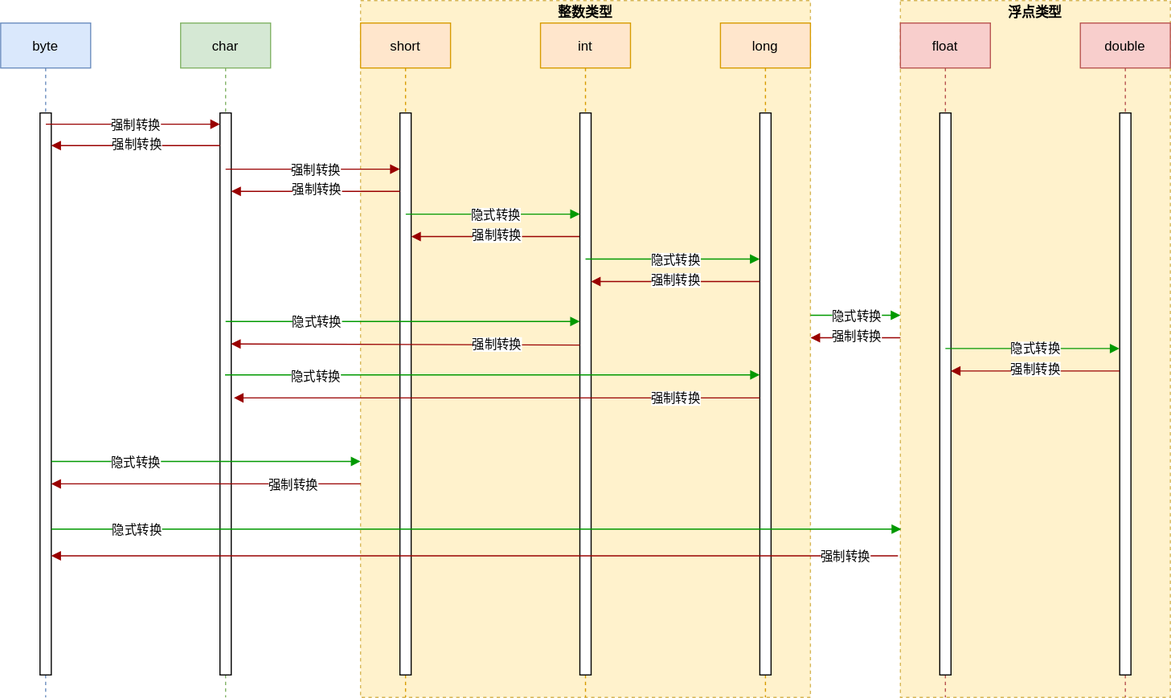
The draw.io diagram Java/Java基础/Java基础知识/数值类型转换.drawio.svg in Developer-Tang/Knowledge-Notes, before a commit. Source tidied: cells renumbered, new cells last; positions are measured from the earlier drawing's top-left corner, leaving out a move shared by most shapes.
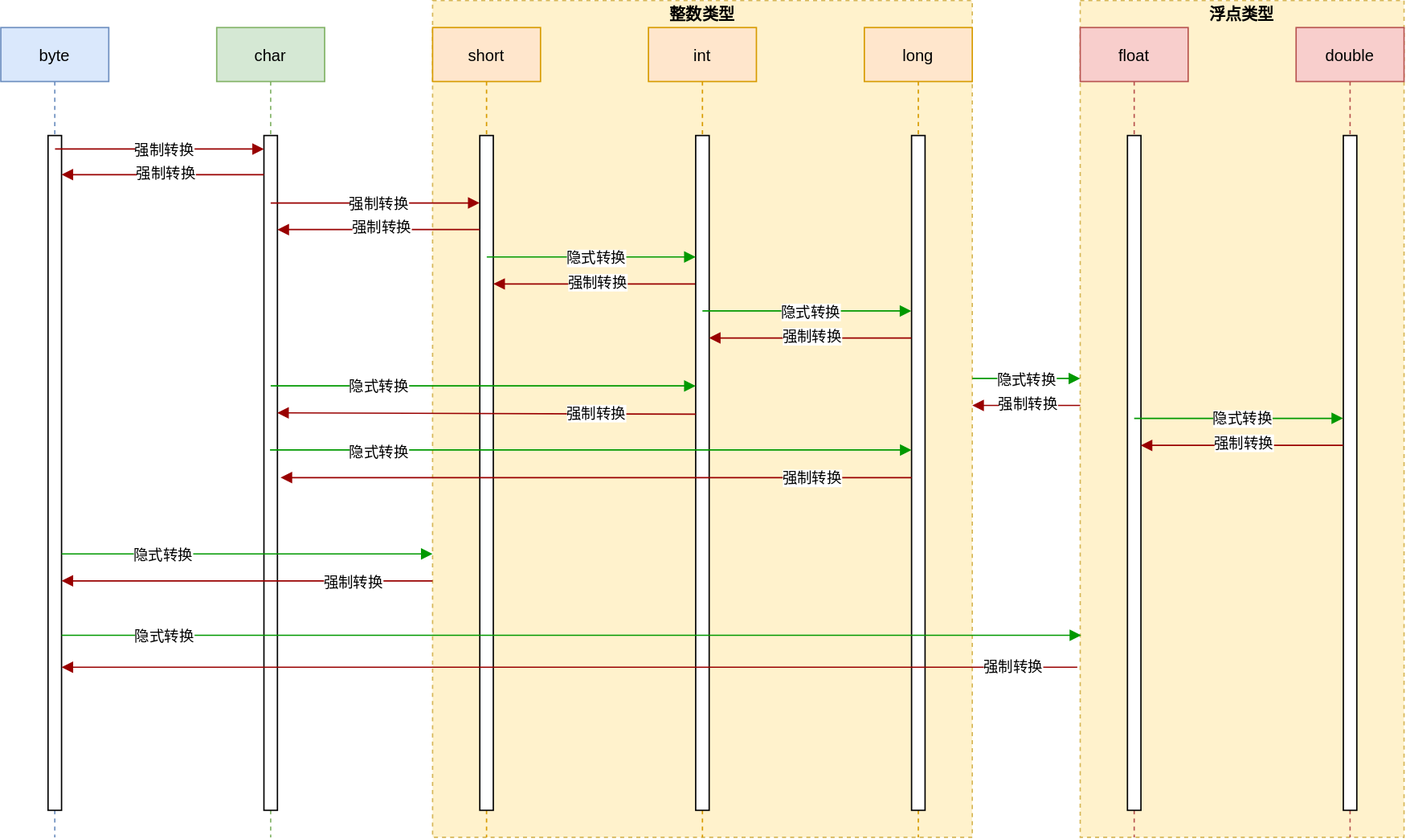
After the commit.

What changed in the source:
```diff
@@ -13,3 +13,3 @@
     </mxCell>
-    <mxCell id="5" style="points=[];perimeter=orthogonalPerimeter;rounded=0;shadow=0;strokeWidth=1;" parent="4" vertex="1">
+    <mxCell id="5" style="points=[];perimeter=orthogonalPerimeter;rounded=0;shadow=0;strokeWidth=1;labelBackgroundColor=default;" parent="4" vertex="1">
       <mxGeometry x="35" y="80" width="10" height="500" as="geometry" />
@@ -19,6 +19,6 @@
     </mxCell>
-    <mxCell id="7" style="perimeter=orthogonalPerimeter;rounded=0;shadow=0;strokeWidth=1;" parent="6" vertex="1">
+    <mxCell id="7" style="perimeter=orthogonalPerimeter;rounded=0;shadow=0;strokeWidth=1;labelBackgroundColor=default;" parent="6" vertex="1">
       <mxGeometry x="35" y="80" width="10" height="500" as="geometry" />
     </mxCell>
-    <mxCell id="8" style="verticalAlign=bottom;endArrow=block;shadow=0;strokeWidth=1;strokeColor=#009900;entryX=-0.002;entryY=0.419;entryDx=0;entryDy=0;entryPerimeter=0;" parent="6" edge="1" source="5">
+    <mxCell id="8" style="verticalAlign=bottom;endArrow=block;shadow=0;strokeWidth=1;strokeColor=#009900;entryX=-0.002;entryY=0.419;entryDx=0;entryDy=0;entryPerimeter=0;labelBackgroundColor=default;" parent="6" edge="1" source="5">
       <mxGeometry relative="1" as="geometry">
@@ -27,3 +27,3 @@
     </mxCell>
-    <mxCell id="9" value="隐式转换" style="edgeLabel;html=1;align=center;verticalAlign=middle;" parent="8" vertex="1">
+    <mxCell id="9" value="隐式转换" style="edgeLabel;html=1;align=center;verticalAlign=middle;labelBackgroundColor=default;" parent="8" vertex="1">
       <mxGeometry x="0.33" y="-1" relative="1" as="geometry">
@@ -32,3 +32,3 @@
     </mxCell>
-    <mxCell id="10" style="verticalAlign=bottom;endArrow=block;shadow=0;strokeWidth=1;strokeColor=#990000;" parent="1" edge="1">
+    <mxCell id="10" style="verticalAlign=bottom;endArrow=block;shadow=0;strokeWidth=1;strokeColor=#990000;labelBackgroundColor=default;" parent="1" edge="1">
       <mxGeometry relative="1" as="geometry">
@@ -38,3 +38,3 @@
     </mxCell>
-    <mxCell id="11" value="强制转换" style="edgeLabel;html=1;align=center;verticalAlign=middle;" parent="10" vertex="1">
+    <mxCell id="11" value="强制转换" style="edgeLabel;html=1;align=center;verticalAlign=middle;labelBackgroundColor=default;" parent="10" vertex="1">
       <mxGeometry x="0.33" y="-1" relative="1" as="geometry">
@@ -46,6 +46,6 @@
     </mxCell>
-    <mxCell id="13" style="perimeter=orthogonalPerimeter;rounded=0;shadow=0;strokeWidth=1;" parent="12" vertex="1">
+    <mxCell id="13" style="perimeter=orthogonalPerimeter;rounded=0;shadow=0;strokeWidth=1;labelBackgroundColor=default;" parent="12" vertex="1">
       <mxGeometry x="35" y="80" width="10" height="500" as="geometry" />
     </mxCell>
-    <mxCell id="14" style="verticalAlign=bottom;endArrow=block;shadow=0;strokeWidth=1;strokeColor=#990000;" parent="12" edge="1">
+    <mxCell id="14" style="verticalAlign=bottom;endArrow=block;shadow=0;strokeWidth=1;strokeColor=#990000;labelBackgroundColor=default;" parent="12" edge="1">
       <mxGeometry relative="1" as="geometry">
@@ -55,3 +55,3 @@
     </mxCell>
-    <mxCell id="15" value="强制转换" style="edgeLabel;html=1;align=center;verticalAlign=middle;" parent="14" vertex="1">
+    <mxCell id="15" value="强制转换" style="edgeLabel;html=1;align=center;verticalAlign=middle;labelBackgroundColor=default;" parent="14" vertex="1">
       <mxGeometry x="0.33" y="-1" relative="1" as="geometry">
@@ -60,3 +60,3 @@
     </mxCell>
-    <mxCell id="16" style="verticalAlign=bottom;endArrow=block;shadow=0;strokeWidth=1;strokeColor=#990000;" parent="12" edge="1">
+    <mxCell id="16" style="verticalAlign=bottom;endArrow=block;shadow=0;strokeWidth=1;strokeColor=#990000;labelBackgroundColor=default;" parent="12" edge="1">
       <mxGeometry relative="1" as="geometry">
@@ -66,3 +66,3 @@
     </mxCell>
-    <mxCell id="17" value="强制转换" style="edgeLabel;html=1;align=center;verticalAlign=middle;" parent="16" vertex="1">
+    <mxCell id="17" value="强制转换" style="edgeLabel;html=1;align=center;verticalAlign=middle;labelBackgroundColor=default;" parent="16" vertex="1">
       <mxGeometry x="0.33" y="-1" relative="1" as="geometry">
@@ -74,6 +74,6 @@
     </mxCell>
-    <mxCell id="19" style="perimeter=orthogonalPerimeter;rounded=0;shadow=0;strokeWidth=1;" parent="18" vertex="1">
+    <mxCell id="19" style="perimeter=orthogonalPerimeter;rounded=0;shadow=0;strokeWidth=1;labelBackgroundColor=default;" parent="18" vertex="1">
       <mxGeometry x="35" y="80" width="10" height="500" as="geometry" />
     </mxCell>
-    <mxCell id="20" style="verticalAlign=bottom;endArrow=block;shadow=0;strokeWidth=1;strokeColor=#009900;" parent="18" edge="1">
+    <mxCell id="20" style="verticalAlign=bottom;endArrow=block;shadow=0;strokeWidth=1;strokeColor=#009900;labelBackgroundColor=default;" parent="18" edge="1">
       <mxGeometry relative="1" as="geometry">
@@ -91,3 +91,3 @@
     </mxCell>
-    <mxCell id="23" style="perimeter=orthogonalPerimeter;rounded=0;shadow=0;strokeWidth=1;" parent="22" vertex="1">
+    <mxCell id="23" style="perimeter=orthogonalPerimeter;rounded=0;shadow=0;strokeWidth=1;labelBackgroundColor=default;" parent="22" vertex="1">
       <mxGeometry x="35" y="80" width="10" height="500" as="geometry" />
@@ -97,3 +97,3 @@
     </mxCell>
-    <mxCell id="25" style="perimeter=orthogonalPerimeter;rounded=0;shadow=0;strokeWidth=1;" parent="24" vertex="1">
+    <mxCell id="25" style="perimeter=orthogonalPerimeter;rounded=0;shadow=0;strokeWidth=1;labelBackgroundColor=default;" parent="24" vertex="1">
       <mxGeometry x="35" y="80" width="10" height="500" as="geometry" />
@@ -103,6 +103,6 @@
     </mxCell>
-    <mxCell id="27" style="perimeter=orthogonalPerimeter;rounded=0;shadow=0;strokeWidth=1;" parent="26" vertex="1">
+    <mxCell id="27" style="perimeter=orthogonalPerimeter;rounded=0;shadow=0;strokeWidth=1;labelBackgroundColor=default;" parent="26" vertex="1">
       <mxGeometry x="35" y="80" width="10" height="500" as="geometry" />
     </mxCell>
-    <mxCell id="28" style="verticalAlign=bottom;endArrow=block;shadow=0;strokeWidth=1;strokeColor=#990000;" parent="1" edge="1">
+    <mxCell id="28" style="verticalAlign=bottom;endArrow=block;shadow=0;strokeWidth=1;strokeColor=#990000;labelBackgroundColor=default;" parent="1" edge="1">
       <mxGeometry relative="1" as="geometry">
@@ -112,3 +112,3 @@
     </mxCell>
-    <mxCell id="29" value="强制转换" style="edgeLabel;html=1;align=center;verticalAlign=middle;" parent="28" vertex="1">
+    <mxCell id="29" value="强制转换" style="edgeLabel;html=1;align=center;verticalAlign=middle;labelBackgroundColor=default;" parent="28" vertex="1">
       <mxGeometry x="0.33" y="-1" relative="1" as="geometry">
@@ -117,3 +117,3 @@
     </mxCell>
-    <mxCell id="30" style="verticalAlign=bottom;endArrow=block;shadow=0;strokeWidth=1;strokeColor=#990000;" parent="1" edge="1">
+    <mxCell id="30" style="verticalAlign=bottom;endArrow=block;shadow=0;strokeWidth=1;strokeColor=#990000;labelBackgroundColor=default;" parent="1" edge="1">
       <mxGeometry relative="1" as="geometry">
@@ -123,3 +123,3 @@
     </mxCell>
-    <mxCell id="31" value="强制转换" style="edgeLabel;html=1;align=center;verticalAlign=middle;" parent="30" vertex="1">
+    <mxCell id="31" value="强制转换" style="edgeLabel;html=1;align=center;verticalAlign=middle;labelBackgroundColor=default;" parent="30" vertex="1">
       <mxGeometry x="0.33" y="-1" relative="1" as="geometry">
@@ -128,3 +128,3 @@
     </mxCell>
-    <mxCell id="32" style="verticalAlign=bottom;endArrow=block;shadow=0;strokeWidth=1;strokeColor=#990000;" parent="1" edge="1">
+    <mxCell id="32" style="verticalAlign=bottom;endArrow=block;shadow=0;strokeWidth=1;strokeColor=#990000;labelBackgroundColor=default;" parent="1" edge="1">
       <mxGeometry relative="1" as="geometry">
@@ -134,3 +134,3 @@
     </mxCell>
-    <mxCell id="33" value="强制转换" style="edgeLabel;html=1;align=center;verticalAlign=middle;" parent="32" vertex="1">
+    <mxCell id="33" value="强制转换" style="edgeLabel;html=1;align=center;verticalAlign=middle;labelBackgroundColor=default;" parent="32" vertex="1">
       <mxGeometry x="0.33" y="-1" relative="1" as="geometry">
@@ -139,3 +139,3 @@
     </mxCell>
-    <mxCell id="34" style="verticalAlign=bottom;endArrow=block;shadow=0;strokeWidth=1;strokeColor=#009900;" parent="1" edge="1">
+    <mxCell id="34" style="verticalAlign=bottom;endArrow=block;shadow=0;strokeWidth=1;strokeColor=#009900;labelBackgroundColor=default;" parent="1" edge="1">
       <mxGeometry relative="1" as="geometry">
@@ -145,3 +145,3 @@
     </mxCell>
-    <mxCell id="35" value="隐式转换" style="edgeLabel;html=1;align=center;verticalAlign=middle;" parent="34" vertex="1">
+    <mxCell id="35" value="隐式转换" style="edgeLabel;html=1;align=center;verticalAlign=middle;labelBackgroundColor=default;" parent="34" vertex="1">
       <mxGeometry x="0.33" y="-1" relative="1" as="geometry">
@@ -150,3 +150,3 @@
     </mxCell>
-    <mxCell id="36" style="verticalAlign=bottom;endArrow=block;shadow=0;strokeWidth=1;strokeColor=#990000;" parent="1" edge="1">
+    <mxCell id="36" style="verticalAlign=bottom;endArrow=block;shadow=0;strokeWidth=1;strokeColor=#990000;labelBackgroundColor=default;" parent="1" edge="1">
       <mxGeometry relative="1" as="geometry">
@@ -156,3 +156,3 @@
     </mxCell>
-    <mxCell id="37" value="强制转换" style="edgeLabel;html=1;align=center;verticalAlign=middle;" parent="36" vertex="1">
+    <mxCell id="37" value="强制转换" style="edgeLabel;html=1;align=center;verticalAlign=middle;labelBackgroundColor=default;" parent="36" vertex="1">
       <mxGeometry x="0.33" y="-1" relative="1" as="geometry">
@@ -161,3 +161,3 @@
     </mxCell>
-    <mxCell id="38" style="verticalAlign=bottom;endArrow=block;shadow=0;strokeWidth=1;strokeColor=#009900;" parent="1" edge="1">
+    <mxCell id="38" style="verticalAlign=bottom;endArrow=block;shadow=0;strokeWidth=1;strokeColor=#009900;labelBackgroundColor=default;" parent="1" edge="1">
       <mxGeometry relative="1" as="geometry">
@@ -167,3 +167,3 @@
     </mxCell>
-    <mxCell id="39" value="隐式转换" style="edgeLabel;html=1;align=center;verticalAlign=middle;" parent="38" vertex="1">
+    <mxCell id="39" value="隐式转换" style="edgeLabel;html=1;align=center;verticalAlign=middle;labelBackgroundColor=default;" parent="38" vertex="1">
       <mxGeometry x="0.33" y="-1" relative="1" as="geometry">
@@ -172,3 +172,3 @@
     </mxCell>
-    <mxCell id="40" style="verticalAlign=bottom;endArrow=block;shadow=0;strokeWidth=1;strokeColor=#990000;exitX=0;exitY=0.435;exitDx=0;exitDy=0;exitPerimeter=0;" parent="1" edge="1">
+    <mxCell id="40" style="verticalAlign=bottom;endArrow=block;shadow=0;strokeWidth=1;strokeColor=#990000;exitX=0;exitY=0.435;exitDx=0;exitDy=0;exitPerimeter=0;labelBackgroundColor=default;" parent="1" edge="1">
       <mxGeometry relative="1" as="geometry">
@@ -178,3 +178,3 @@
     </mxCell>
-    <mxCell id="41" value="强制转换" style="edgeLabel;html=1;align=center;verticalAlign=middle;" parent="40" vertex="1">
+    <mxCell id="41" value="强制转换" style="edgeLabel;html=1;align=center;verticalAlign=middle;labelBackgroundColor=default;" parent="40" vertex="1">
       <mxGeometry x="0.33" y="-1" relative="1" as="geometry">
@@ -183,3 +183,3 @@
     </mxCell>
-    <mxCell id="42" style="verticalAlign=bottom;endArrow=block;shadow=0;strokeWidth=1;strokeColor=#990000;" parent="1" edge="1">
+    <mxCell id="42" style="verticalAlign=bottom;endArrow=block;shadow=0;strokeWidth=1;strokeColor=#990000;labelBackgroundColor=default;" parent="1" edge="1">
       <mxGeometry relative="1" as="geometry">
@@ -189,3 +189,3 @@
     </mxCell>
-    <mxCell id="43" value="强制转换" style="edgeLabel;html=1;align=center;verticalAlign=middle;" parent="42" vertex="1">
+    <mxCell id="43" value="强制转换" style="edgeLabel;html=1;align=center;verticalAlign=middle;labelBackgroundColor=default;" parent="42" vertex="1">
       <mxGeometry x="0.33" y="-1" relative="1" as="geometry">
@@ -194,3 +194,3 @@
     </mxCell>
-    <mxCell id="44" style="verticalAlign=bottom;endArrow=block;shadow=0;strokeWidth=1;strokeColor=#009900;" parent="1" edge="1">
+    <mxCell id="44" style="verticalAlign=bottom;endArrow=block;shadow=0;strokeWidth=1;strokeColor=#009900;labelBackgroundColor=default;" parent="1" edge="1">
       <mxGeometry relative="1" as="geometry">
@@ -200,3 +200,3 @@
     </mxCell>
-    <mxCell id="45" value="隐式转换" style="edgeLabel;html=1;align=center;verticalAlign=middle;" parent="44" vertex="1">
+    <mxCell id="45" value="隐式转换" style="edgeLabel;html=1;align=center;verticalAlign=middle;labelBackgroundColor=default;" parent="44" vertex="1">
       <mxGeometry x="0.33" y="-1" relative="1" as="geometry">
@@ -205,3 +205,3 @@
     </mxCell>
-    <mxCell id="46" style="verticalAlign=bottom;endArrow=block;shadow=0;strokeWidth=1;strokeColor=#990000;exitX=0;exitY=0.382;exitDx=0;exitDy=0;exitPerimeter=0;" parent="1" edge="1">
+    <mxCell id="46" style="verticalAlign=bottom;endArrow=block;shadow=0;strokeWidth=1;strokeColor=#990000;exitX=0;exitY=0.382;exitDx=0;exitDy=0;exitPerimeter=0;labelBackgroundColor=default;" parent="1" edge="1">
       <mxGeometry relative="1" as="geometry">
@@ -211,3 +211,3 @@
     </mxCell>
-    <mxCell id="47" value="强制转换" style="edgeLabel;html=1;align=center;verticalAlign=middle;" parent="46" vertex="1">
+    <mxCell id="47" value="强制转换" style="edgeLabel;html=1;align=center;verticalAlign=middle;labelBackgroundColor=default;" parent="46" vertex="1">
       <mxGeometry x="0.33" y="-1" relative="1" as="geometry">
@@ -216,3 +216,3 @@
     </mxCell>
-    <mxCell id="48" style="verticalAlign=bottom;endArrow=block;shadow=0;strokeWidth=1;strokeColor=#009900;" parent="1" edge="1">
+    <mxCell id="48" style="verticalAlign=bottom;endArrow=block;shadow=0;strokeWidth=1;strokeColor=#009900;labelBackgroundColor=default;" parent="1" edge="1">
       <mxGeometry relative="1" as="geometry">
@@ -222,3 +222,3 @@
     </mxCell>
-    <mxCell id="49" value="隐式转换" style="edgeLabel;html=1;align=center;verticalAlign=middle;" parent="48" vertex="1">
+    <mxCell id="49" value="隐式转换" style="edgeLabel;html=1;align=center;verticalAlign=middle;labelBackgroundColor=default;" parent="48" vertex="1">
       <mxGeometry x="0.33" y="-1" relative="1" as="geometry">
@@ -227,3 +227,3 @@
     </mxCell>
-    <mxCell id="50" style="verticalAlign=bottom;endArrow=block;shadow=0;strokeWidth=1;strokeColor=#990000;" parent="1" edge="1">
+    <mxCell id="50" style="verticalAlign=bottom;endArrow=block;shadow=0;strokeWidth=1;strokeColor=#990000;labelBackgroundColor=default;" parent="1" edge="1">
       <mxGeometry relative="1" as="geometry">
@@ -233,3 +233,3 @@
     </mxCell>
-    <mxCell id="51" value="强制转换" style="edgeLabel;html=1;align=center;verticalAlign=middle;" parent="50" vertex="1">
+    <mxCell id="51" value="强制转换" style="edgeLabel;html=1;align=center;verticalAlign=middle;labelBackgroundColor=default;" parent="50" vertex="1">
       <mxGeometry x="0.33" y="-1" relative="1" as="geometry">
@@ -238,3 +238,3 @@
     </mxCell>
-    <mxCell id="52" style="verticalAlign=bottom;endArrow=block;shadow=0;strokeWidth=1;strokeColor=#009900;entryX=0;entryY=0.439;entryDx=0;entryDy=0;entryPerimeter=0;" parent="1" edge="1">
+    <mxCell id="52" style="verticalAlign=bottom;endArrow=block;shadow=0;strokeWidth=1;strokeColor=#009900;entryX=0;entryY=0.439;entryDx=0;entryDy=0;entryPerimeter=0;labelBackgroundColor=default;" parent="1" edge="1">
       <mxGeometry relative="1" as="geometry">
@@ -244,3 +244,3 @@
     </mxCell>
-    <mxCell id="53" value="隐式转换" style="edgeLabel;html=1;align=center;verticalAlign=middle;" parent="52" vertex="1">
+    <mxCell id="53" value="隐式转换" style="edgeLabel;html=1;align=center;verticalAlign=middle;labelBackgroundColor=default;" parent="52" vertex="1">
       <mxGeometry x="0.33" y="-1" relative="1" as="geometry">
@@ -249,3 +249,3 @@
     </mxCell>
-    <mxCell id="54" style="verticalAlign=bottom;endArrow=block;shadow=0;strokeWidth=1;strokeColor=#009900;entryX=0.003;entryY=0.794;entryDx=0;entryDy=0;entryPerimeter=0;" parent="1" edge="1">
+    <mxCell id="54" style="verticalAlign=bottom;endArrow=block;shadow=0;strokeWidth=1;strokeColor=#009900;entryX=0.003;entryY=0.794;entryDx=0;entryDy=0;entryPerimeter=0;labelBackgroundColor=default;" parent="1" edge="1">
       <mxGeometry relative="1" as="geometry">
@@ -255,3 +255,3 @@
     </mxCell>
-    <mxCell id="55" value="隐式转换" style="edgeLabel;html=1;align=center;verticalAlign=middle;" parent="54" vertex="1">
+    <mxCell id="55" value="隐式转换" style="edgeLabel;html=1;align=center;verticalAlign=middle;labelBackgroundColor=default;" parent="54" vertex="1">
       <mxGeometry x="0.33" y="-1" relative="1" as="geometry">
@@ -260,3 +260,3 @@
     </mxCell>
-    <mxCell id="56" style="verticalAlign=bottom;endArrow=block;shadow=0;strokeWidth=1;strokeColor=#990000;exitX=-0.009;exitY=0.808;exitDx=0;exitDy=0;exitPerimeter=0;" parent="1" edge="1">
+    <mxCell id="56" style="verticalAlign=bottom;endArrow=block;shadow=0;strokeWidth=1;strokeColor=#990000;exitX=-0.009;exitY=0.808;exitDx=0;exitDy=0;exitPerimeter=0;labelBackgroundColor=default;" parent="1" edge="1">
       <mxGeometry relative="1" as="geometry">
@@ -266,3 +266,3 @@
     </mxCell>
-    <mxCell id="57" value="强制转换" style="edgeLabel;html=1;align=center;verticalAlign=middle;" parent="56" vertex="1">
+    <mxCell id="57" value="强制转换" style="edgeLabel;html=1;align=center;verticalAlign=middle;labelBackgroundColor=default;" parent="56" vertex="1">
       <mxGeometry x="0.33" y="-1" relative="1" as="geometry">
```
